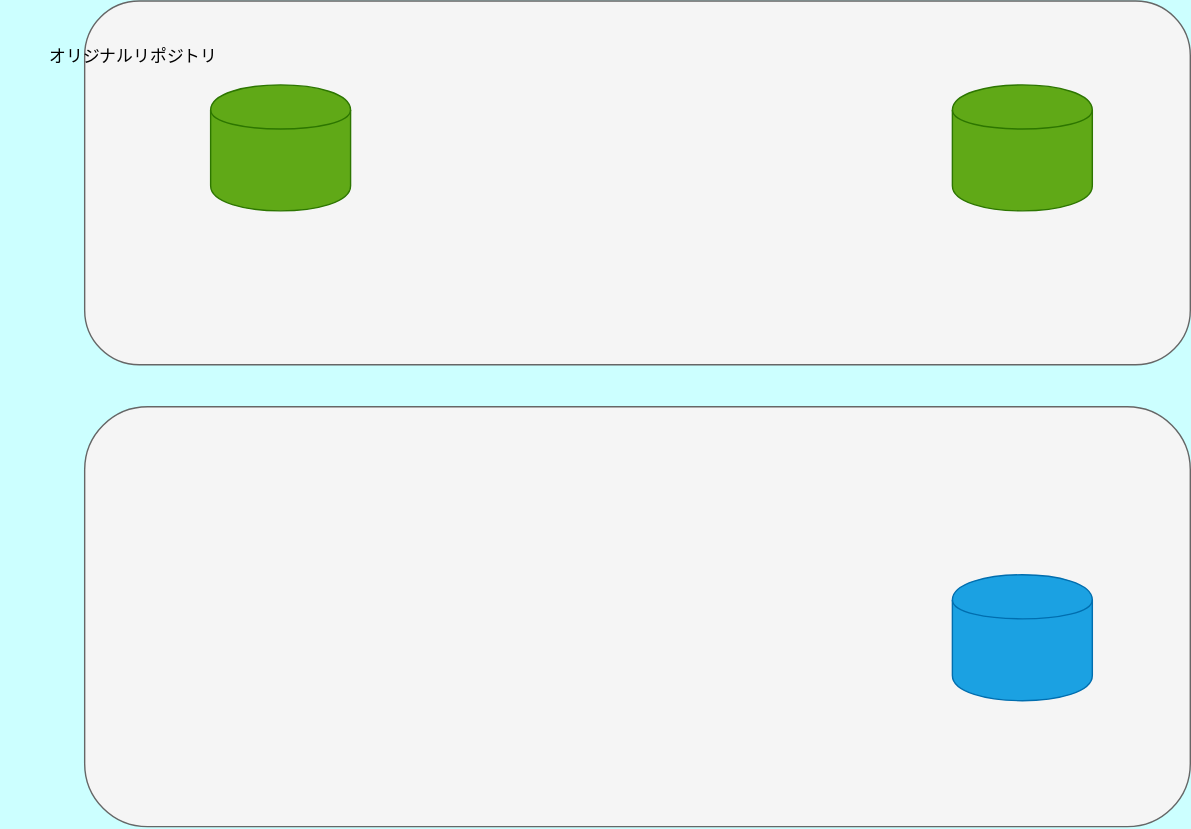
Earlier version of the draw.io export hoge.drawio.svg (kumamogeo/mergetest). Source tidied: cells renumbered, new cells last; positions are measured from the earlier drawing's top-left corner, leaving out a move shared by most shapes.
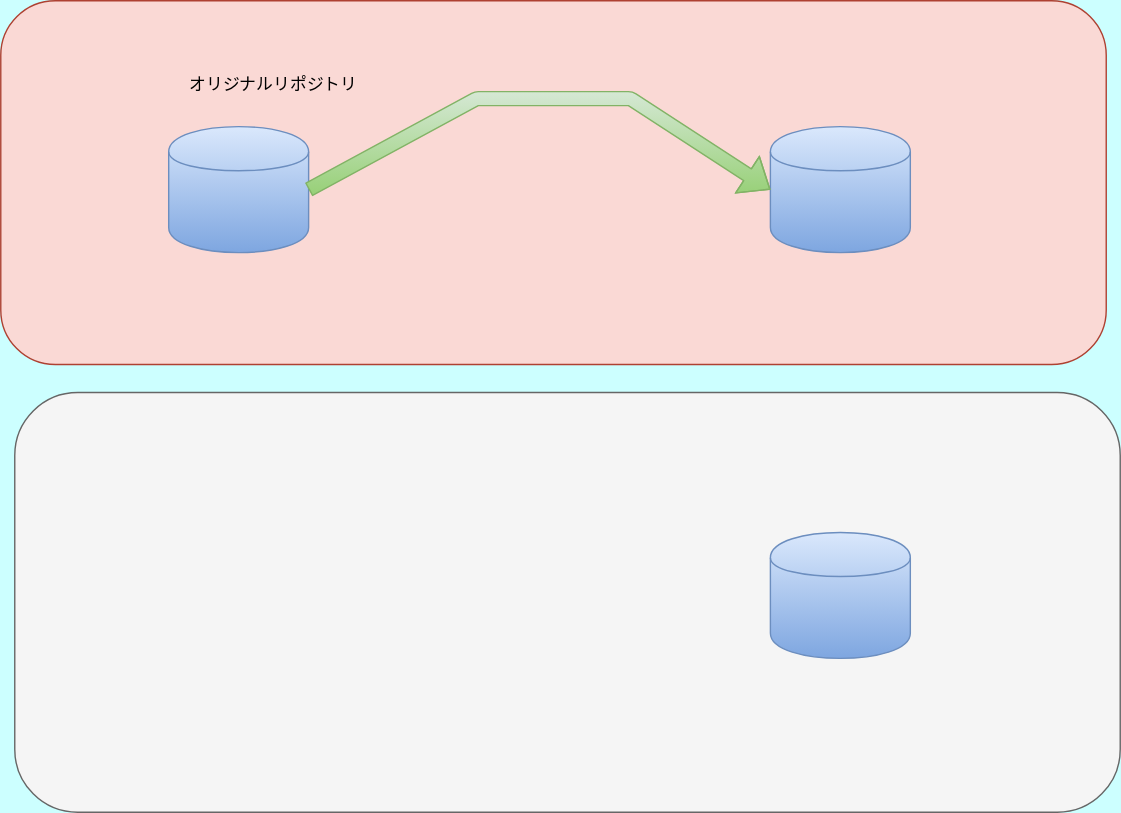
The same diagram one commit later.

Change to the diagram source:
```diff
@@ -2,23 +2,31 @@
   <root>
     <mxCell id="0" />
     <mxCell id="1" parent="0" />
-    <mxCell id="2" style="rounded=1;whiteSpace=wrap;html=1;fillColor=#f5f5f5;strokeColor=#666666;fontColor=#333333;" parent="1" vertex="1">
-      <mxGeometry x="60" width="790" height="260" as="geometry" />
+    <mxCell id="2" style="rounded=1;whiteSpace=wrap;html=1;fillColor=#fad9d5;strokeColor=#ae4132;" parent="1" vertex="1">
+      <mxGeometry x="30" y="30" width="790" height="260" as="geometry" />
     </mxCell>
     <mxCell id="3" style="rounded=1;whiteSpace=wrap;html=1;fillColor=#f5f5f5;strokeColor=#666666;fontColor=#333333;" parent="1" vertex="1">
-      <mxGeometry x="60" y="290" width="790" height="300" as="geometry" />
+      <mxGeometry x="40" y="310" width="790" height="300" as="geometry" />
     </mxCell>
-    <mxCell id="4" style="shape=cylinder;whiteSpace=wrap;html=1;boundedLbl=1;backgroundOutline=1;fillColor=#60a917;strokeColor=#2D7600;fontColor=#ffffff;" parent="1" vertex="1">
-      <mxGeometry x="150" y="60" width="100" height="90" as="geometry" />
+    <mxCell id="4" style="shape=cylinder;whiteSpace=wrap;html=1;boundedLbl=1;backgroundOutline=1;fillColor=#dae8fc;strokeColor=#6c8ebf;gradientColor=#7ea6e0;" parent="1" vertex="1">
+      <mxGeometry x="150" y="120" width="100" height="90" as="geometry" />
     </mxCell>
-    <mxCell id="5" style="shape=cylinder;whiteSpace=wrap;html=1;boundedLbl=1;backgroundOutline=1;fillColor=#60a917;strokeColor=#2D7600;fontColor=#ffffff;" parent="1" vertex="1">
-      <mxGeometry x="680" y="60" width="100" height="90" as="geometry" />
+    <mxCell id="5" style="shape=cylinder;whiteSpace=wrap;html=1;boundedLbl=1;backgroundOutline=1;fillColor=#dae8fc;strokeColor=#6c8ebf;gradientColor=#7ea6e0;" parent="1" vertex="1">
+      <mxGeometry x="580" y="120" width="100" height="90" as="geometry" />
     </mxCell>
-    <mxCell id="6" style="shape=cylinder;whiteSpace=wrap;html=1;boundedLbl=1;backgroundOutline=1;fillColor=#1ba1e2;strokeColor=#006EAF;fontColor=#ffffff;" parent="1" vertex="1">
-      <mxGeometry x="680" y="410" width="100" height="90" as="geometry" />
+    <mxCell id="6" style="shape=cylinder;whiteSpace=wrap;html=1;boundedLbl=1;backgroundOutline=1;fillColor=#dae8fc;strokeColor=#6c8ebf;gradientColor=#7ea6e0;" parent="1" vertex="1">
+      <mxGeometry x="580" y="410" width="100" height="90" as="geometry" />
     </mxCell>
-    <mxCell id="7" value="オリジナルリポジトリ" style="text;html=1;strokeColor=none;fillColor=none;align=center;verticalAlign=middle;whiteSpace=wrap;rounded=0;fontFamily=Helvetica;" parent="1" vertex="1">
-      <mxGeometry y="30" width="190" height="20" as="geometry" />
+    <mxCell id="7" value="オリジナルリポジトリ" style="text;html=1;align=center;verticalAlign=middle;whiteSpace=wrap;rounded=0;fontFamily=Helvetica;fillColor=none;fontColor=#000000;" parent="1" vertex="1">
+      <mxGeometry x="130" y="80" width="190" height="20" as="geometry" />
     </mxCell>
+    <mxCell id="8" style="endArrow=classic;startArrow=none;html=1;fontColor=#000000;exitX=1;exitY=0.5;exitDx=0;exitDy=0;gradientColor=#97d077;fillColor=#d5e8d4;strokeColor=#82b366;shape=flexArrow;entryX=0;entryY=0.5;entryDx=0;entryDy=0;startFill=0;" parent="1" edge="1" source="4" target="5">
+      <mxGeometry relative="1" as="geometry">
+        <Array as="points">
+          <mxPoint x="370" y="100" />
+          <mxPoint x="480" y="100" />
+        </Array>
+      </mxGeometry>
+    </mxCell>
   </root>
 </mxGraphModel>
```
